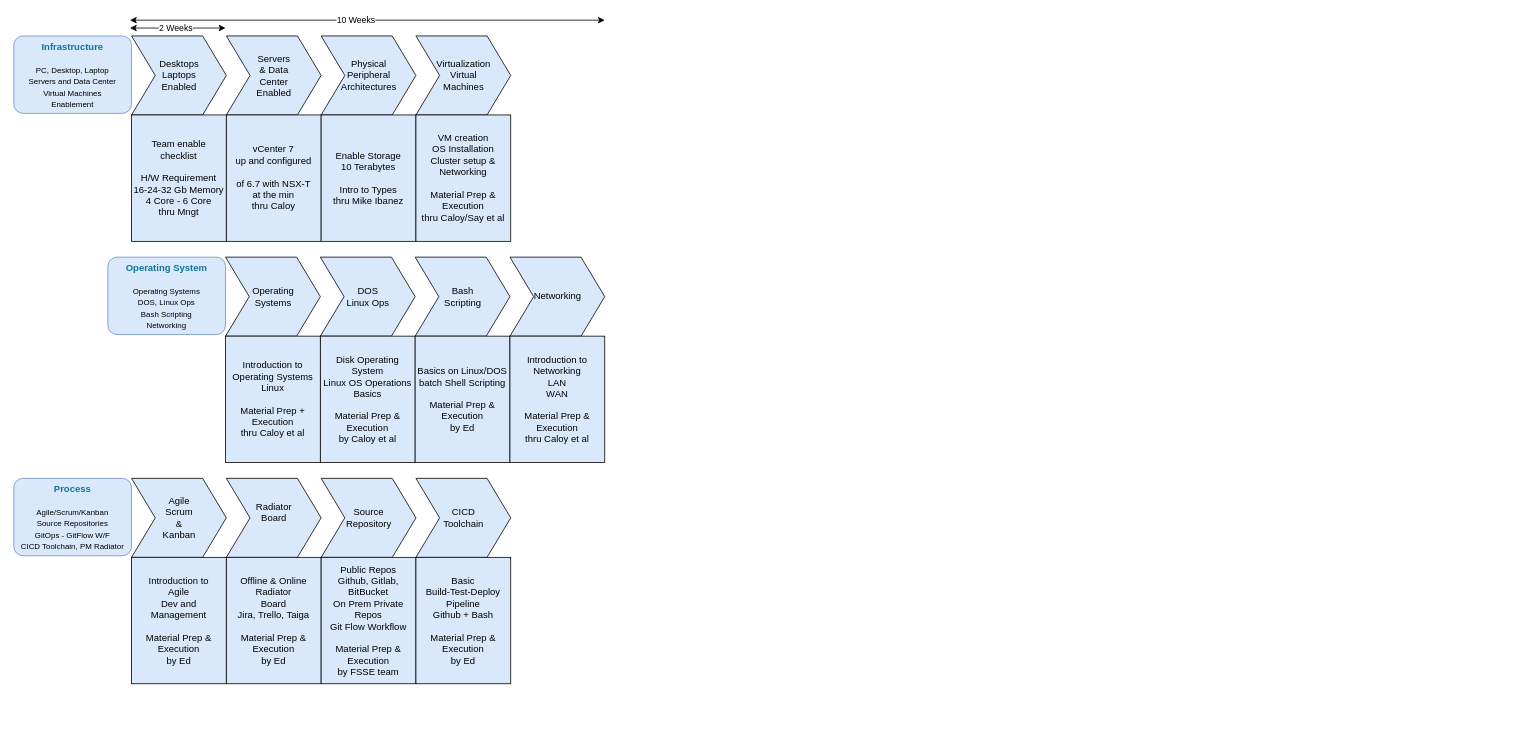
Earlier version of the draw.io diagram page "Roadmap-exp" (4 of 7) of design/DevOps_Roadmap.drawio (krdileep/devops-roadmap-drawio). Source tidied: cells renumbered, new cells numbered last; positions are measured from the earlier drawing's top-left corner, leaving out a move shared by most shapes. Both pictures are drawn from the tidied source at 79%, with x=0, y=0 at pixel (13, 20).
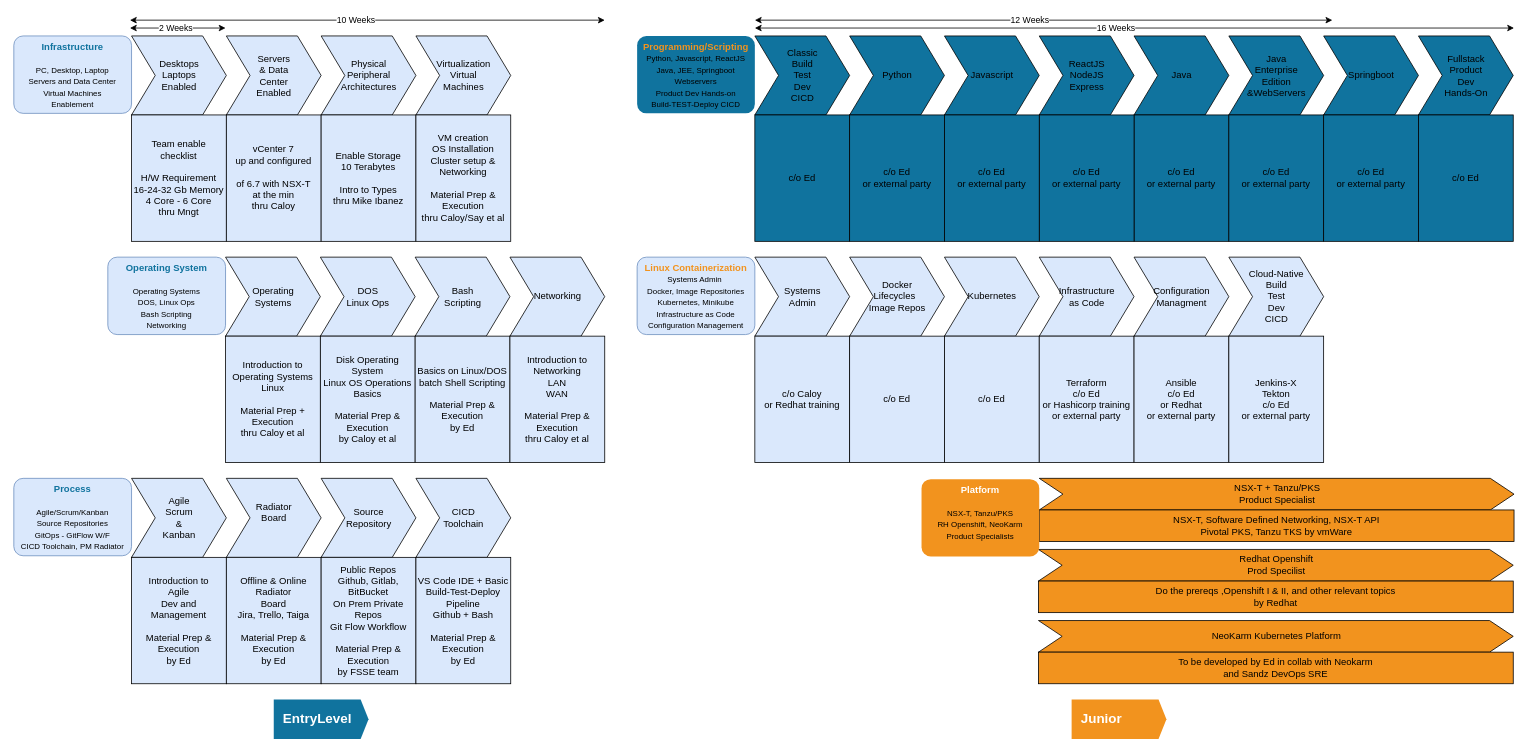
The same page after the edit.

Diff of the diagram source:
```diff
@@
-    <mxCell id="10" value="Basic &lt;br&gt;Build-Test-Deploy Pipeline&lt;br&gt;Github + Bash&lt;br&gt;&lt;br&gt;Material Prep &amp;amp; Execution&lt;br&gt;by Ed" style="rounded=0;whiteSpace=wrap;html=1;fillColor=#DAE8FC;" parent="1" vertex="1">
+    <mxCell id="10" value="VS Code IDE + Basic &lt;br&gt;Build-Test-Deploy Pipeline&lt;br&gt;Github + Bash&lt;br&gt;&lt;br&gt;Material Prep &amp;amp; Execution&lt;br&gt;by Ed" style="rounded=0;whiteSpace=wrap;html=1;fillColor=#DAE8FC;" parent="1" vertex="1">
       <mxGeometry x="509" y="680" width="120" height="160" as="geometry" />
     </mxCell>
@@
+    <mxCell id="33" value="Systems &lt;br&gt;Admin" style="html=1;shadow=0;dashed=0;align=center;verticalAlign=middle;shape=mxgraph.arrows2.arrow;dy=0;dx=30;notch=30;fillColor=#DAE8FC;" parent="1" vertex="1">
+      <mxGeometry x="938" y="300" width="120" height="100" as="geometry" />
+    </mxCell>
+    <mxCell id="34" value="Docker&lt;br&gt;Lifecycles&amp;nbsp;&amp;nbsp;&lt;br&gt;Image Repos" style="html=1;shadow=0;dashed=0;align=center;verticalAlign=middle;shape=mxgraph.arrows2.arrow;dy=0;dx=30;notch=30;fillColor=#DAE8FC;" parent="1" vertex="1">
+      <mxGeometry x="1058" y="300" width="120" height="100" as="geometry" />
+    </mxCell>
+    <mxCell id="35" value="Kubernetes" style="html=1;shadow=0;dashed=0;align=center;verticalAlign=middle;shape=mxgraph.arrows2.arrow;dy=0;dx=30;notch=30;fillColor=#DAE8FC;" parent="1" vertex="1">
+      <mxGeometry x="1178" y="300" width="120" height="100" as="geometry" />
+    </mxCell>
+    <mxCell id="36" value="Infrastructure&lt;br&gt;as Code" style="html=1;shadow=0;dashed=0;align=center;verticalAlign=middle;shape=mxgraph.arrows2.arrow;dy=0;dx=30;notch=30;fillColor=#DAE8FC;" parent="1" vertex="1">
+      <mxGeometry x="1298" y="300" width="120" height="100" as="geometry" />
+    </mxCell>
+    <mxCell id="37" value="c/o Caloy&lt;br&gt;or Redhat training" style="rounded=0;whiteSpace=wrap;html=1;fillColor=#DAE8FC;" parent="1" vertex="1">
+      <mxGeometry x="938" y="400" width="120" height="160" as="geometry" />
+    </mxCell>
+    <mxCell id="38" value="c/o Ed" style="rounded=0;whiteSpace=wrap;html=1;fillColor=#DAE8FC;" parent="1" vertex="1">
+      <mxGeometry x="1058" y="400" width="120" height="160" as="geometry" />
+    </mxCell>
+    <mxCell id="39" value="c/o Ed" style="rounded=0;whiteSpace=wrap;html=1;fillColor=#DAE8FC;" parent="1" vertex="1">
+      <mxGeometry x="1178" y="400" width="120" height="160" as="geometry" />
+    </mxCell>
+    <mxCell id="40" value="Terraform&lt;br&gt;c/o Ed&lt;br&gt;or Hashicorp training&lt;br&gt;or external party" style="rounded=0;whiteSpace=wrap;html=1;fillColor=#DAE8FC;" parent="1" vertex="1">
+      <mxGeometry x="1298" y="400" width="120" height="160" as="geometry" />
+    </mxCell>
+    <mxCell id="41" value="&lt;font style=&quot;font-size: 10px&quot;&gt;&lt;font style=&quot;font-size: 12px&quot; color=&quot;#f2931e&quot;&gt;&lt;b&gt;Linux Containerization&lt;/b&gt;&lt;/font&gt;&lt;br&gt;Systems Admin&amp;nbsp;&lt;br&gt;&lt;font face=&quot;helvetica&quot; style=&quot;font-size: 10px&quot;&gt;Docker,&amp;nbsp;&lt;/font&gt;Image Repositories&lt;br&gt;&lt;font face=&quot;helvetica&quot; style=&quot;font-size: 10px&quot;&gt;Kubernetes,&amp;nbsp;&lt;/font&gt;Minikube&lt;br&gt;&lt;span&gt;Infrastructure as Code&lt;/span&gt;&lt;br&gt;&lt;span&gt;Configuration Management&lt;/span&gt;&lt;br&gt;&lt;/font&gt;" style="rounded=1;strokeColor=#6c8ebf;fillColor=#dae8fc;align=center;arcSize=12;verticalAlign=top;whiteSpace=wrap;html=1;fontSize=12;" parent="1" vertex="1">
+      <mxGeometry x="789" y="300" width="149" height="98" as="geometry" />
+    </mxCell>
+    <mxCell id="42" value="Configuration&lt;br&gt;Managment" style="html=1;shadow=0;dashed=0;align=center;verticalAlign=middle;shape=mxgraph.arrows2.arrow;dy=0;dx=30;notch=30;fillColor=#DAE8FC;" parent="1" vertex="1">
+      <mxGeometry x="1418" y="300" width="120" height="100" as="geometry" />
+    </mxCell>
+    <mxCell id="43" value="Ansible&lt;br&gt;c/o Ed&lt;br&gt;or Redhat&lt;br&gt;or external party" style="rounded=0;whiteSpace=wrap;html=1;fillColor=#DAE8FC;" parent="1" vertex="1">
+      <mxGeometry x="1418" y="400" width="120" height="160" as="geometry" />
+    </mxCell>
+    <mxCell id="44" value="Python" style="html=1;shadow=0;dashed=0;align=center;verticalAlign=middle;shape=mxgraph.arrows2.arrow;dy=0;dx=30;notch=30;fillColor=#10739E;" parent="1" vertex="1">
+      <mxGeometry x="1058" y="20" width="120" height="100" as="geometry" />
+    </mxCell>
+    <mxCell id="45" value="Javascript" style="html=1;shadow=0;dashed=0;align=center;verticalAlign=middle;shape=mxgraph.arrows2.arrow;dy=0;dx=30;notch=30;fillColor=#10739E;" parent="1" vertex="1">
+      <mxGeometry x="1178" y="20" width="120" height="100" as="geometry" />
+    </mxCell>
+    <mxCell id="46" value="ReactJS&lt;br&gt;NodeJS&lt;br&gt;Express" style="html=1;shadow=0;dashed=0;align=center;verticalAlign=middle;shape=mxgraph.arrows2.arrow;dy=0;dx=30;notch=30;fillColor=#10739E;" parent="1" vertex="1">
+      <mxGeometry x="1298" y="20" width="120" height="100" as="geometry" />
+    </mxCell>
+    <mxCell id="47" value="Java" style="html=1;shadow=0;dashed=0;align=center;verticalAlign=middle;shape=mxgraph.arrows2.arrow;dy=0;dx=30;notch=30;fillColor=#10739E;" parent="1" vertex="1">
+      <mxGeometry x="1418" y="20" width="120" height="100" as="geometry" />
+    </mxCell>
+    <mxCell id="48" value="c/o Ed&lt;br&gt;or external party" style="rounded=0;whiteSpace=wrap;html=1;fillColor=#10739E;" parent="1" vertex="1">
+      <mxGeometry x="1418" y="120" width="120" height="160" as="geometry" />
+    </mxCell>
+    <mxCell id="49" value="Java&lt;br&gt;Enterprise&lt;br&gt;Edition&lt;br&gt;&amp;amp;WebServers" style="html=1;shadow=0;dashed=0;align=center;verticalAlign=middle;shape=mxgraph.arrows2.arrow;dy=0;dx=30;notch=30;fillColor=#10739E;" parent="1" vertex="1">
+      <mxGeometry x="1538" y="20" width="120" height="100" as="geometry" />
+    </mxCell>
+    <mxCell id="50" value="&lt;font&gt;&lt;font style=&quot;font-size: 12px&quot; color=&quot;#f2931e&quot;&gt;&lt;b&gt;Programming/Scripting&lt;/b&gt;&lt;/font&gt;&lt;br&gt;&lt;font face=&quot;helvetica&quot; style=&quot;font-size: 10px&quot;&gt;Python,&amp;nbsp;&lt;/font&gt;&lt;span style=&quot;font-size: 10px&quot;&gt;Javascript, ReactJS&lt;/span&gt;&lt;br&gt;&lt;span style=&quot;font-size: 10px&quot;&gt;Java, JEE,&amp;nbsp;Springboot&lt;/span&gt;&lt;br&gt;&lt;span style=&quot;font-size: 10px&quot;&gt;Webservers&lt;/span&gt;&lt;br&gt;&lt;font style=&quot;font-size: 10px&quot;&gt;Product Dev Hands-on&lt;br&gt;&lt;/font&gt;&lt;font style=&quot;font-size: 10px&quot;&gt;Build-TEST-Deploy CICD&lt;/font&gt;&lt;br&gt;&lt;/font&gt;" style="rounded=1;strokeColor=none;fillColor=#10739E;align=center;arcSize=12;verticalAlign=top;whiteSpace=wrap;html=1;fontSize=12;" parent="1" vertex="1">
+      <mxGeometry x="789" y="20" width="149" height="98" as="geometry" />
+    </mxCell>
+    <mxCell id="51" value="Springboot" style="html=1;shadow=0;dashed=0;align=center;verticalAlign=middle;shape=mxgraph.arrows2.arrow;dy=0;dx=30;notch=30;fillColor=#10739E;" parent="1" vertex="1">
+      <mxGeometry x="1658" y="20" width="120" height="100" as="geometry" />
+    </mxCell>
+    <mxCell id="52" value="Fullstack&lt;br&gt;Product&lt;br&gt;Dev&lt;br&gt;Hands-On" style="html=1;shadow=0;dashed=0;align=center;verticalAlign=middle;shape=mxgraph.arrows2.arrow;dy=0;dx=30;notch=30;fillColor=#10739E;" parent="1" vertex="1">
+      <mxGeometry x="1778" y="20" width="120" height="100" as="geometry" />
+    </mxCell>
+    <mxCell id="53" value="Classic&lt;br&gt;Build&lt;br&gt;Test&lt;br&gt;Dev&lt;br&gt;CICD" style="html=1;shadow=0;dashed=0;align=center;verticalAlign=middle;shape=mxgraph.arrows2.arrow;dy=0;dx=30;notch=30;fillColor=#10739E;" parent="1" vertex="1">
+      <mxGeometry x="938" y="20" width="120" height="100" as="geometry" />
+    </mxCell>
+    <mxCell id="54" value="c/o Ed" style="rounded=0;whiteSpace=wrap;html=1;fillColor=#10739E;" parent="1" vertex="1">
+      <mxGeometry x="938" y="120" width="120" height="160" as="geometry" />
+    </mxCell>
+    <mxCell id="55" value="NSX-T +&amp;nbsp;Tanzu/PKS&lt;br&gt;Product Specialist" style="html=1;shadow=0;dashed=0;align=center;verticalAlign=middle;shape=mxgraph.arrows2.arrow;dy=0;dx=30;notch=30;fillColor=#F2931E;" parent="1" vertex="1">
+      <mxGeometry x="1298" y="580" width="601" height="40" as="geometry" />
+    </mxCell>
+    <mxCell id="56" value="Redhat Openshift&lt;br&gt;Prod Specilist" style="html=1;shadow=0;dashed=0;align=center;verticalAlign=middle;shape=mxgraph.arrows2.arrow;dy=0;dx=30;notch=30;fillColor=#F2931E;" parent="1" vertex="1">
+      <mxGeometry x="1297" y="670" width="601" height="40" as="geometry" />
+    </mxCell>
+    <mxCell id="57" value="NeoKarm Kubernetes Platform" style="html=1;shadow=0;dashed=0;align=center;verticalAlign=middle;shape=mxgraph.arrows2.arrow;dy=0;dx=30;notch=30;fillColor=#F2931E;" parent="1" vertex="1">
+      <mxGeometry x="1297" y="760" width="601" height="40" as="geometry" />
+    </mxCell>
+    <mxCell id="58" value="NSX-T,&amp;nbsp;Software Defined Networking, NSX-T API&lt;br&gt;Pivotal PKS, Tanzu TKS by vmWare" style="rounded=0;whiteSpace=wrap;html=1;fillColor=#F2931E;" parent="1" vertex="1">
+      <mxGeometry x="1298" y="620" width="601" height="40" as="geometry" />
+    </mxCell>
+    <mxCell id="59" value="Do the prereqs ,Openshift I &amp;amp;&amp;nbsp;II, and other relevant topics&lt;br&gt;by Redhat" style="rounded=0;whiteSpace=wrap;html=1;fillColor=#F2931E;" parent="1" vertex="1">
+      <mxGeometry x="1297" y="710" width="601" height="40" as="geometry" />
+    </mxCell>
+    <mxCell id="60" value="To be developed by Ed in collab with Neokarm&lt;br&gt;and Sandz DevOps SRE" style="rounded=0;whiteSpace=wrap;html=1;fillColor=#F2931E;" parent="1" vertex="1">
+      <mxGeometry x="1297" y="800" width="601" height="40" as="geometry" />
+    </mxCell>
+    <mxCell id="61" value="&lt;font style=&quot;font-size: 10px&quot;&gt;&lt;font style=&quot;font-size: 12px&quot; color=&quot;#ffffff&quot;&gt;&lt;b&gt;Platform&lt;/b&gt;&lt;/font&gt;&lt;br&gt;&lt;br&gt;NSX-T, Tanzu/PKS&lt;br&gt;RH Openshift, NeoKarm&lt;br&gt;Product Specialists&lt;br&gt;&lt;/font&gt;" style="rounded=1;strokeColor=none;fillColor=#F2931E;align=center;arcSize=12;verticalAlign=top;whiteSpace=wrap;html=1;fontSize=12;" parent="1" vertex="1">
+      <mxGeometry x="1149" y="581" width="149" height="98" as="geometry" />
+    </mxCell>
+    <mxCell id="62" value="Cloud-Native&lt;br&gt;Build&lt;br&gt;Test&lt;br&gt;Dev&lt;br&gt;CICD" style="html=1;shadow=0;dashed=0;align=center;verticalAlign=middle;shape=mxgraph.arrows2.arrow;dy=0;dx=30;notch=30;fillColor=#DAE8FC;" parent="1" vertex="1">
+      <mxGeometry x="1538" y="300" width="120" height="100" as="geometry" />
+    </mxCell>
+    <mxCell id="63" value="Jenkins-X&lt;br&gt;Tekton&lt;br&gt;c/o Ed&lt;br&gt;or external party" style="rounded=0;whiteSpace=wrap;html=1;fillColor=#DAE8FC;" parent="1" vertex="1">
+      <mxGeometry x="1538" y="400" width="120" height="160" as="geometry" />
+    </mxCell>
+    <mxCell id="64" style="endArrow=classic;startArrow=classic;html=1;" parent="1" edge="1">
+      <mxGeometry relative="1" as="geometry">
+        <mxPoint x="938" as="sourcePoint" />
+        <mxPoint x="1669" as="targetPoint" />
+      </mxGeometry>
+    </mxCell>
+    <mxCell id="65" value="12 Weeks" style="edgeLabel;html=1;align=center;verticalAlign=middle;" parent="64" vertex="1">
+      <mxGeometry x="-0.05" y="1" relative="1" as="geometry" />
+    </mxCell>
+    <mxCell id="66" value="c/o Ed&lt;br&gt;or external party" style="rounded=0;whiteSpace=wrap;html=1;fillColor=#10739E;" parent="1" vertex="1">
+      <mxGeometry x="1298" y="120" width="120" height="160" as="geometry" />
+    </mxCell>
+    <mxCell id="67" value="c/o Ed&lt;br&gt;or external party" style="rounded=0;whiteSpace=wrap;html=1;fillColor=#10739E;" parent="1" vertex="1">
+      <mxGeometry x="1178" y="120" width="120" height="160" as="geometry" />
+    </mxCell>
+    <mxCell id="68" value="c/o Ed&lt;br&gt;or external party" style="rounded=0;whiteSpace=wrap;html=1;fillColor=#10739E;" parent="1" vertex="1">
+      <mxGeometry x="1058" y="120" width="120" height="160" as="geometry" />
+    </mxCell>
+    <mxCell id="69" value="c/o Ed&lt;br&gt;or external party" style="rounded=0;whiteSpace=wrap;html=1;fillColor=#10739E;" parent="1" vertex="1">
+      <mxGeometry x="1538" y="120" width="120" height="160" as="geometry" />
+    </mxCell>
+    <mxCell id="70" value="c/o Ed&lt;br&gt;or external party" style="rounded=0;whiteSpace=wrap;html=1;fillColor=#10739E;" parent="1" vertex="1">
+      <mxGeometry x="1658" y="120" width="120" height="160" as="geometry" />
+    </mxCell>
+    <mxCell id="71" value="c/o Ed" style="rounded=0;whiteSpace=wrap;html=1;fillColor=#10739E;" parent="1" vertex="1">
+      <mxGeometry x="1778" y="120" width="120" height="160" as="geometry" />
+    </mxCell>
+    <mxCell id="72" value="EntryLevel" style="shape=mxgraph.infographic.ribbonSimple;notch1=0;notch2=10;notch=0;html=1;fillColor=#10739E;strokeColor=none;shadow=0;fontSize=17;fontColor=#FFFFFF;align=left;spacingLeft=10;fontStyle=1;" parent="1" vertex="1">
+      <mxGeometry x="329" y="860" width="120" height="50" as="geometry" />
+    </mxCell>
+    <mxCell id="73" value="Junior" style="shape=mxgraph.infographic.ribbonSimple;notch1=0;notch2=10;notch=0;html=1;fillColor=#F2931E;strokeColor=none;shadow=0;fontSize=17;fontColor=#FFFFFF;align=left;spacingLeft=10;fontStyle=1;" parent="1" vertex="1">
+      <mxGeometry x="1339" y="860" width="120" height="50" as="geometry" />
+    </mxCell>
+    <mxCell id="74" style="endArrow=classic;startArrow=classic;html=1;" parent="1" edge="1">
+      <mxGeometry relative="1" as="geometry">
+        <mxPoint x="938" y="10" as="sourcePoint" />
+        <mxPoint x="1899" y="10" as="targetPoint" />
+      </mxGeometry>
+    </mxCell>
+    <mxCell id="75" value="16 Weeks" style="edgeLabel;html=1;align=center;verticalAlign=middle;" parent="74" vertex="1">
+      <mxGeometry x="-0.05" y="1" relative="1" as="geometry" />
+    </mxCell>
```
